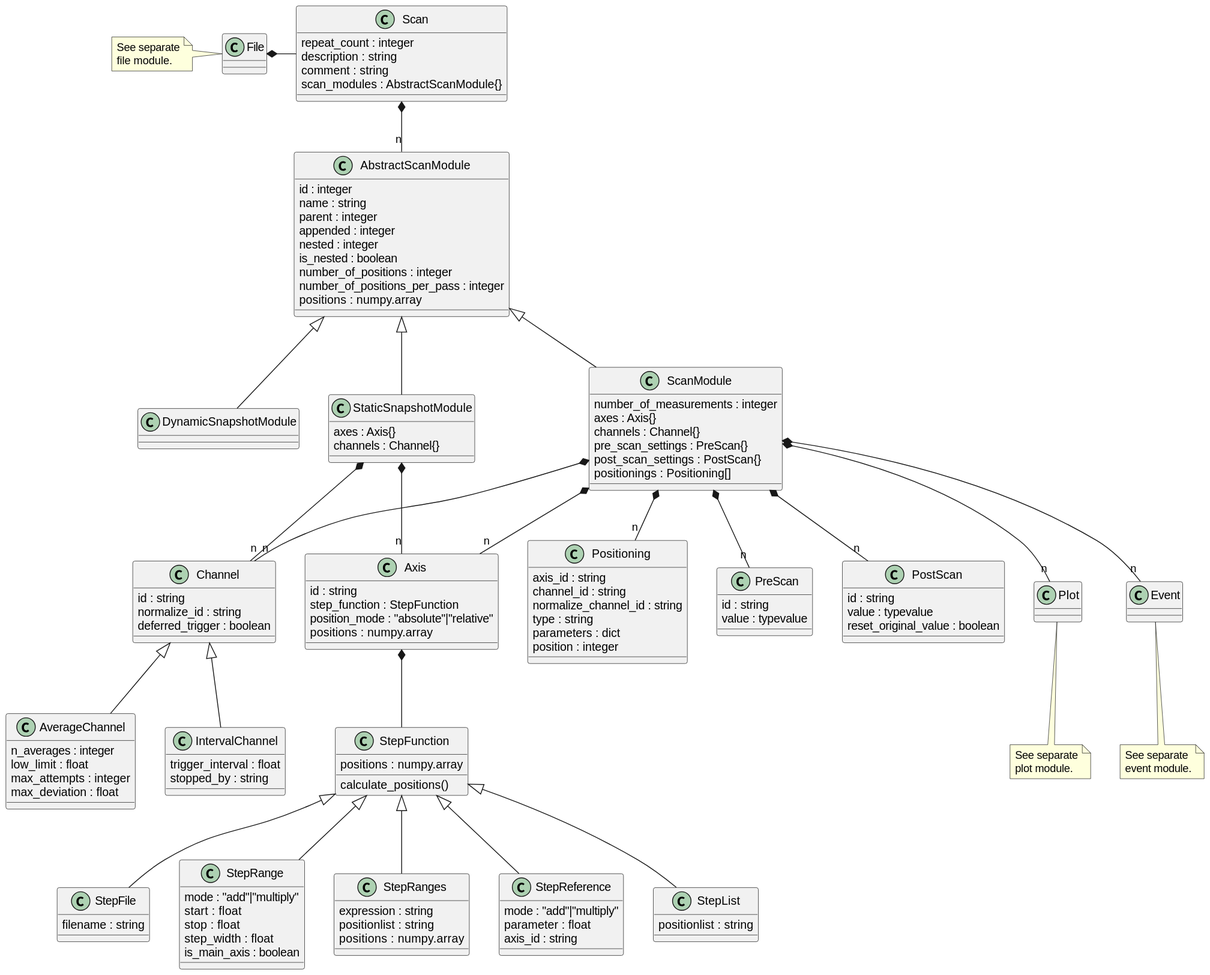
Above: docs/uml/evedata.scan.entities.scan_current.svg in tillbiskup/evedata (PlantUML), before the change.
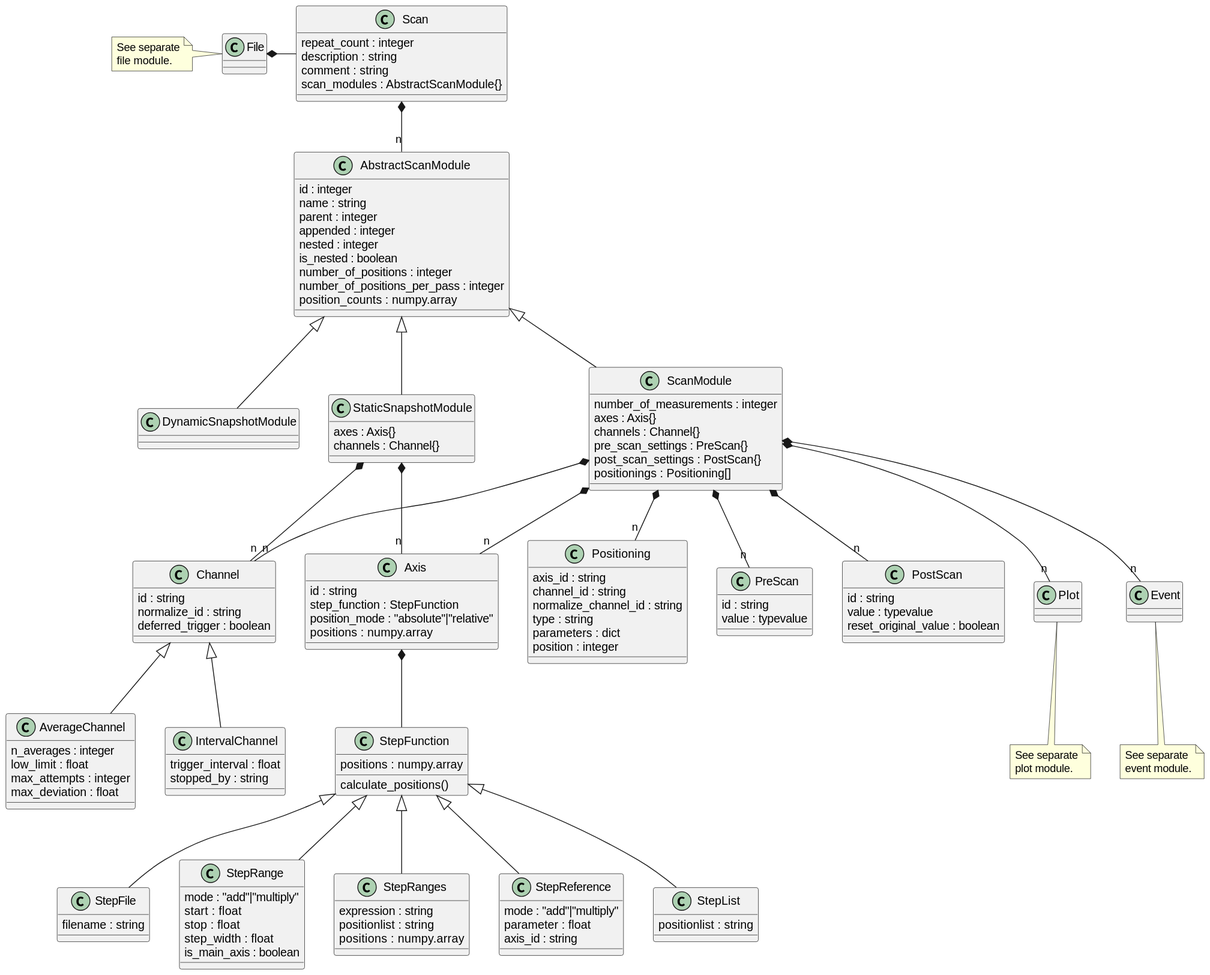
After the commit.

Change to the diagram source:
```diff
@@ -21,7 +21,7 @@
     is_nested : boolean
     number_of_positions : integer
     number_of_positions_per_pass : integer
-    positions : numpy.array
+    position_counts : numpy.array
 }
 
 class ScanModule extends AbstractScanModule {
```
